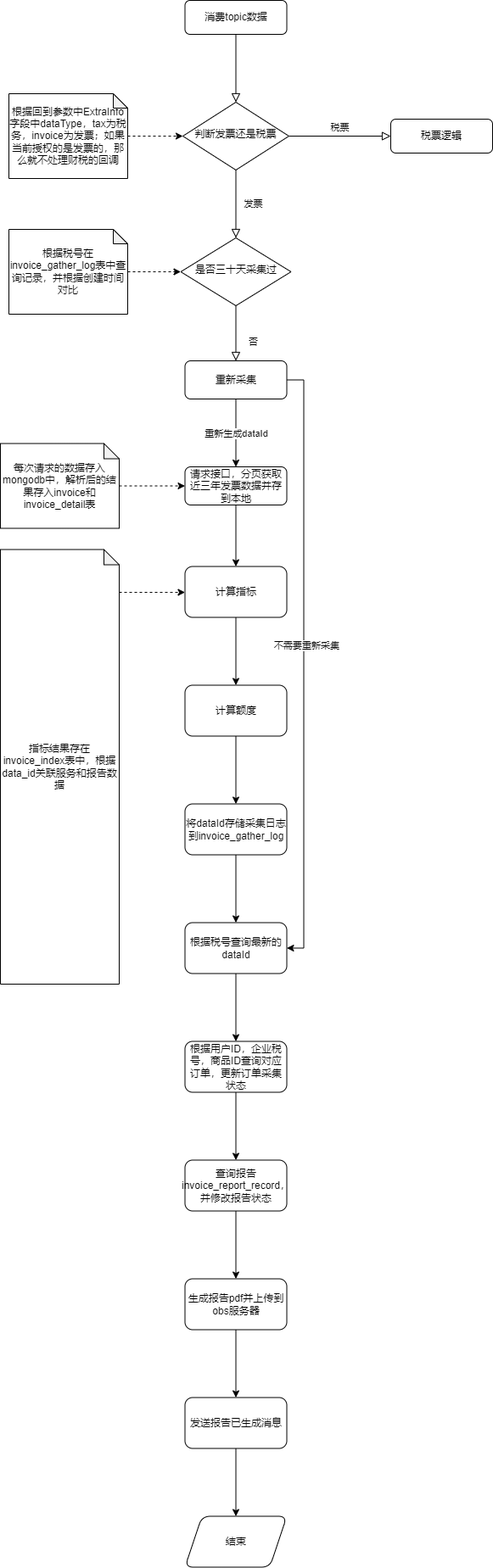
This is 发票指标逻辑.drawio.png from will-ye/learngitinhome, a draw.io export, as it was before one commit. Source tidied: cells renumbered, new cells last; positions are measured from the earlier drawing's top-left corner, leaving out a move shared by most shapes.
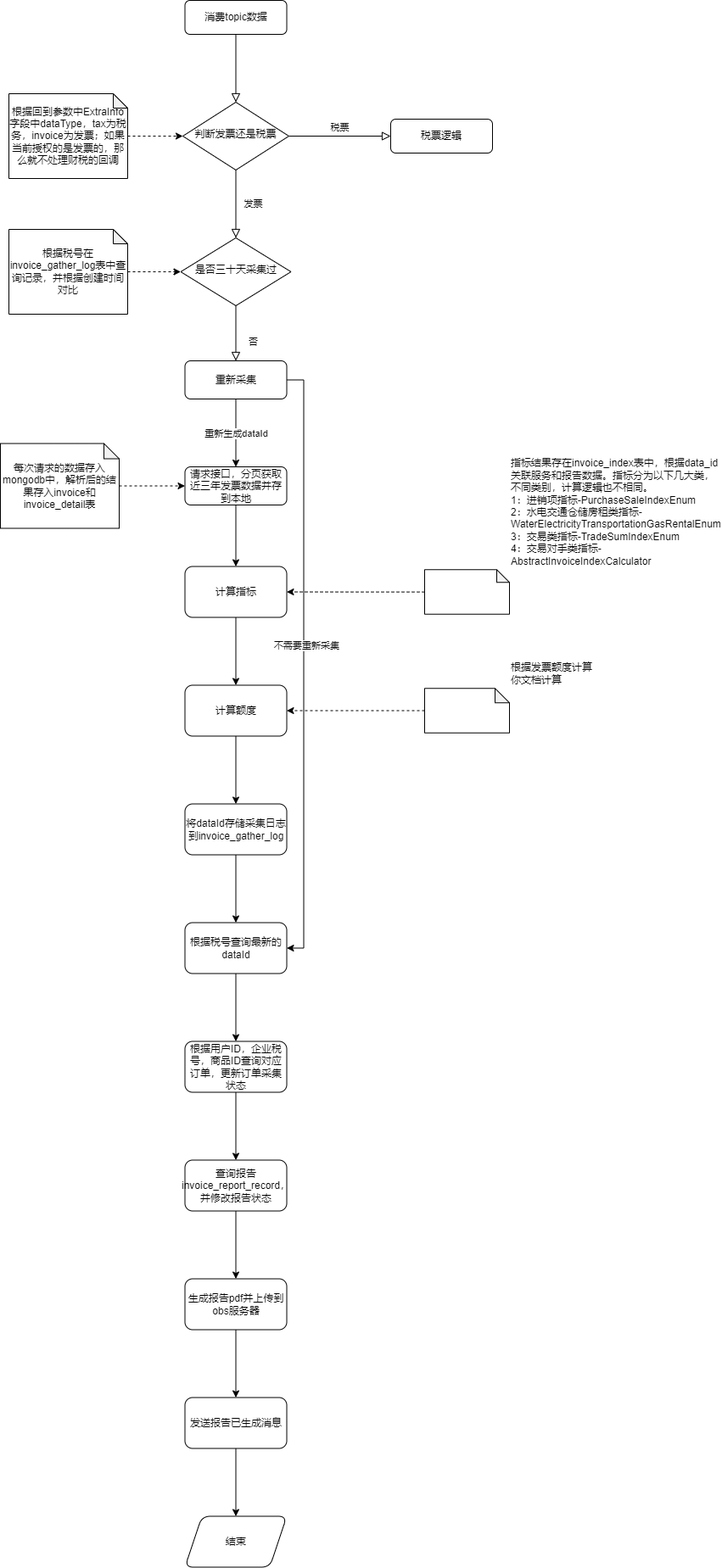
After the commit.

Commit message:
更新发票指标逻辑.drawio.png

Change to the diagram source:
```diff
@@ -121,15 +121,16 @@
       <mxGeometry x="217.5" y="1787.5" width="120" height="60" as="geometry" />
     </mxCell>
     <mxCell id="40" style="edgeStyle=orthogonalEdgeStyle;rounded=0;jettySize=auto;html=1;dashed=1;" parent="1" edge="1" source="41" target="24">
-      <mxGeometry relative="1" as="geometry">
-        <Array as="points">
-          <mxPoint x="150" y="698" />
-          <mxPoint x="150" y="698" />
-        </Array>
-      </mxGeometry>
+      <mxGeometry relative="1" as="geometry" />
     </mxCell>
-    <mxCell id="41" value="指标结果存在invoice_index表中，根据data_id关联服务和报告数据" style="shape=note;whiteSpace=wrap;html=1;backgroundOutline=1;darkOpacity=0.05;size=18;" parent="1" vertex="1">
-      <mxGeometry y="647.5" width="140" height="512.5" as="geometry" />
+    <mxCell id="41" value="指标结果存在invoice_index表中，根据data_id关联服务和报告数据。指标分为以下几大类，不同类别，计算逻辑也不相同。&lt;div&gt;1：进销项指标-PurchaseSaleIndexEnum&lt;/div&gt;&lt;div&gt;2：水电交通仓储房租类指标-WaterElectricityTransportationGasRentalEnum&lt;/div&gt;&lt;div&gt;3：交易类指标-TradeSumIndexEnum&lt;/div&gt;&lt;div&gt;4：交易对手类指标-AbstractInvoiceIndexCalculator&lt;/div&gt;" style="shape=note;whiteSpace=wrap;html=1;backgroundOutline=1;darkOpacity=0.05;size=15;labelPosition=right;verticalLabelPosition=top;align=left;verticalAlign=bottom;" parent="1" vertex="1">
+      <mxGeometry x="500" y="671.2" width="100" height="52.5" as="geometry" />
     </mxCell>
+    <mxCell id="42" style="edgeStyle=orthogonalEdgeStyle;rounded=0;jettySize=auto;html=1;exitX=0;exitY=0.5;exitDx=0;exitDy=0;exitPerimeter=0;entryX=1;entryY=0.5;entryDx=0;entryDy=0;dashed=1;" parent="1" edge="1" source="43" target="26">
+      <mxGeometry relative="1" as="geometry" />
+    </mxCell>
+    <mxCell id="43" value="根据发票额度计算你文档计算" style="shape=note;whiteSpace=wrap;html=1;backgroundOutline=1;darkOpacity=0.05;size=17;labelPosition=right;verticalLabelPosition=top;align=left;verticalAlign=bottom;" parent="1" vertex="1">
+      <mxGeometry x="500" y="811.2" width="100" height="52.5" as="geometry" />
+    </mxCell>
   </root>
 </mxGraphModel>
```
